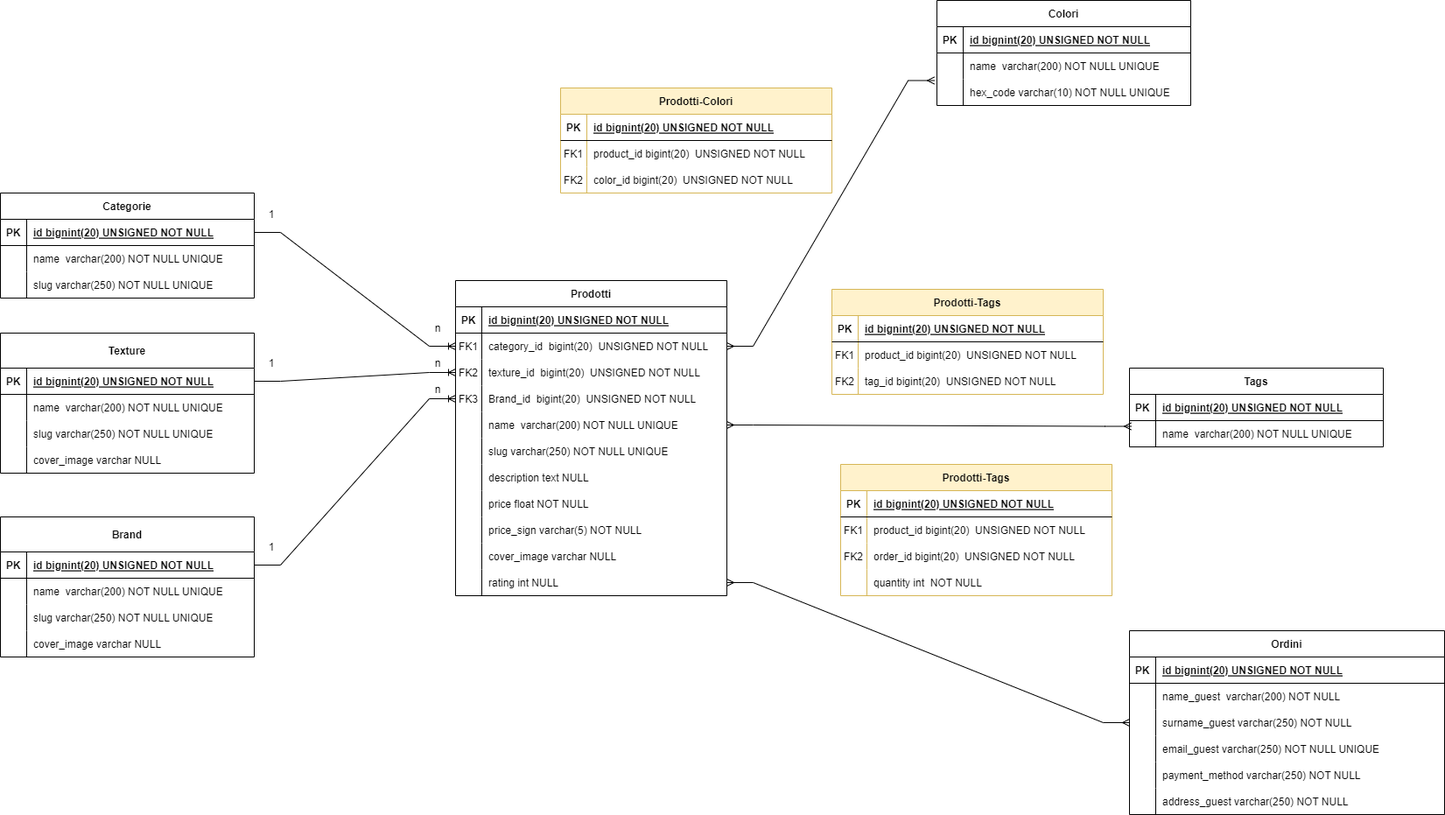
Mattia-Fasulo/laravel-fashion-shop-be keeps this draw.io diagram as db_makeup.drawio.png. Above is the earlier version. Source tidied: cells renumbered, new cells last; positions are measured from the earlier drawing's top-left corner, leaving out a move shared by most shapes.
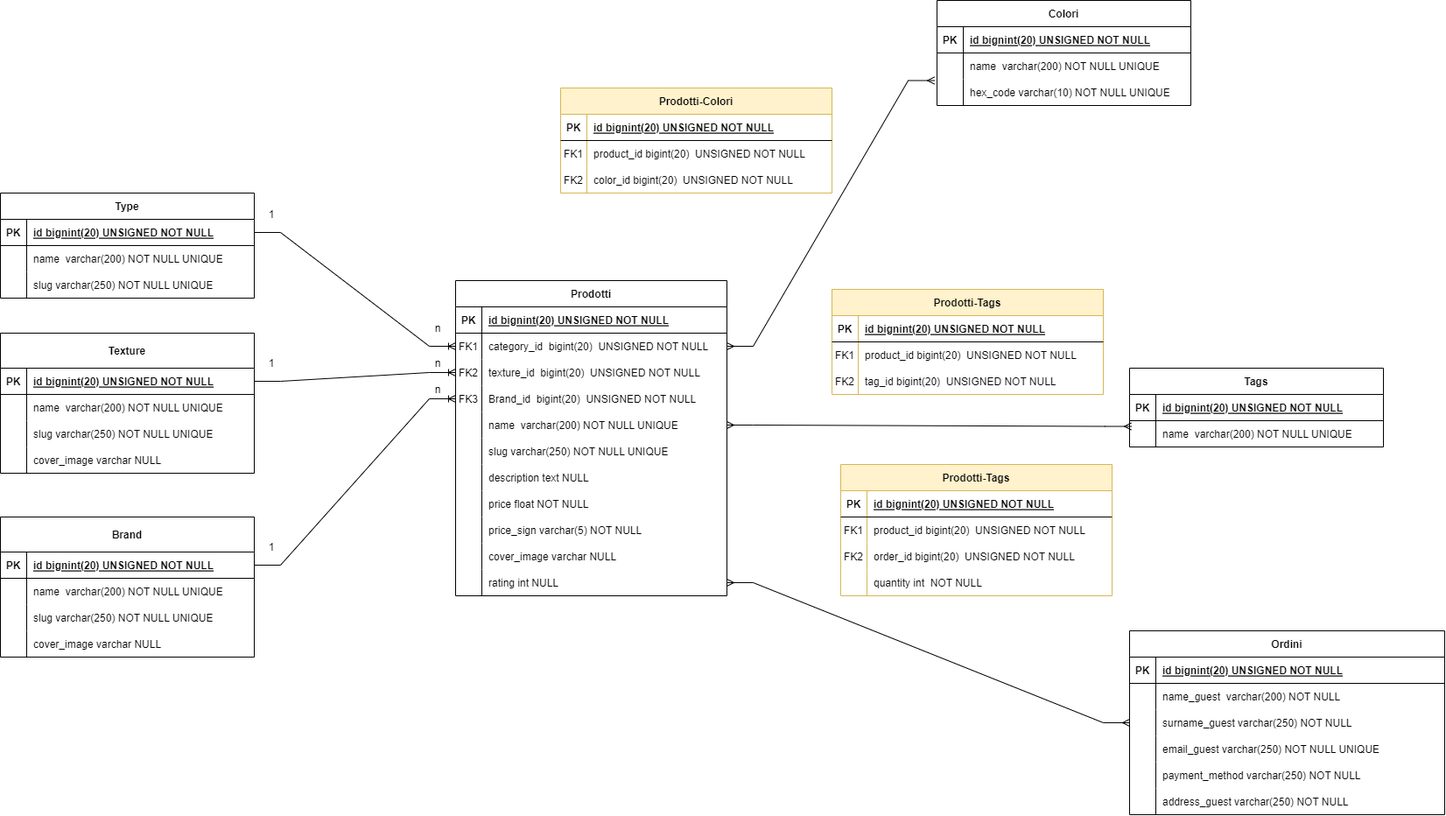
The same diagram one commit later.

Change to the diagram source:
```diff
@@ -104,7 +104,7 @@
     <mxCell id="35" value="rating int NULL" style="shape=partialRectangle;fillColor=none;top=0;left=0;bottom=0;right=0;align=left;spacingLeft=6;overflow=hidden;" parent="33" vertex="1">
       <mxGeometry x="30" width="280" height="30" as="geometry" />
     </mxCell>
-    <mxCell id="36" value="Categorie" style="shape=table;startSize=30;rowLines=0;fontStyle=1;align=center;" parent="1" vertex="1">
+    <mxCell id="36" value="Type" style="shape=table;startSize=30;rowLines=0;fontStyle=1;align=center;" parent="1" vertex="1">
       <mxGeometry y="220" width="290" height="120" as="geometry" />
     </mxCell>
     <mxCell id="37" style="shape=tableRow;horizontal=0;startSize=0;swimlaneHead=0;swimlaneBody=0;fillColor=none;points=[[0,0.5],[1,0.5]];portConstraint=eastwest;top=0;left=0;right=0;bottom=1;" parent="36" vertex="1">
```
